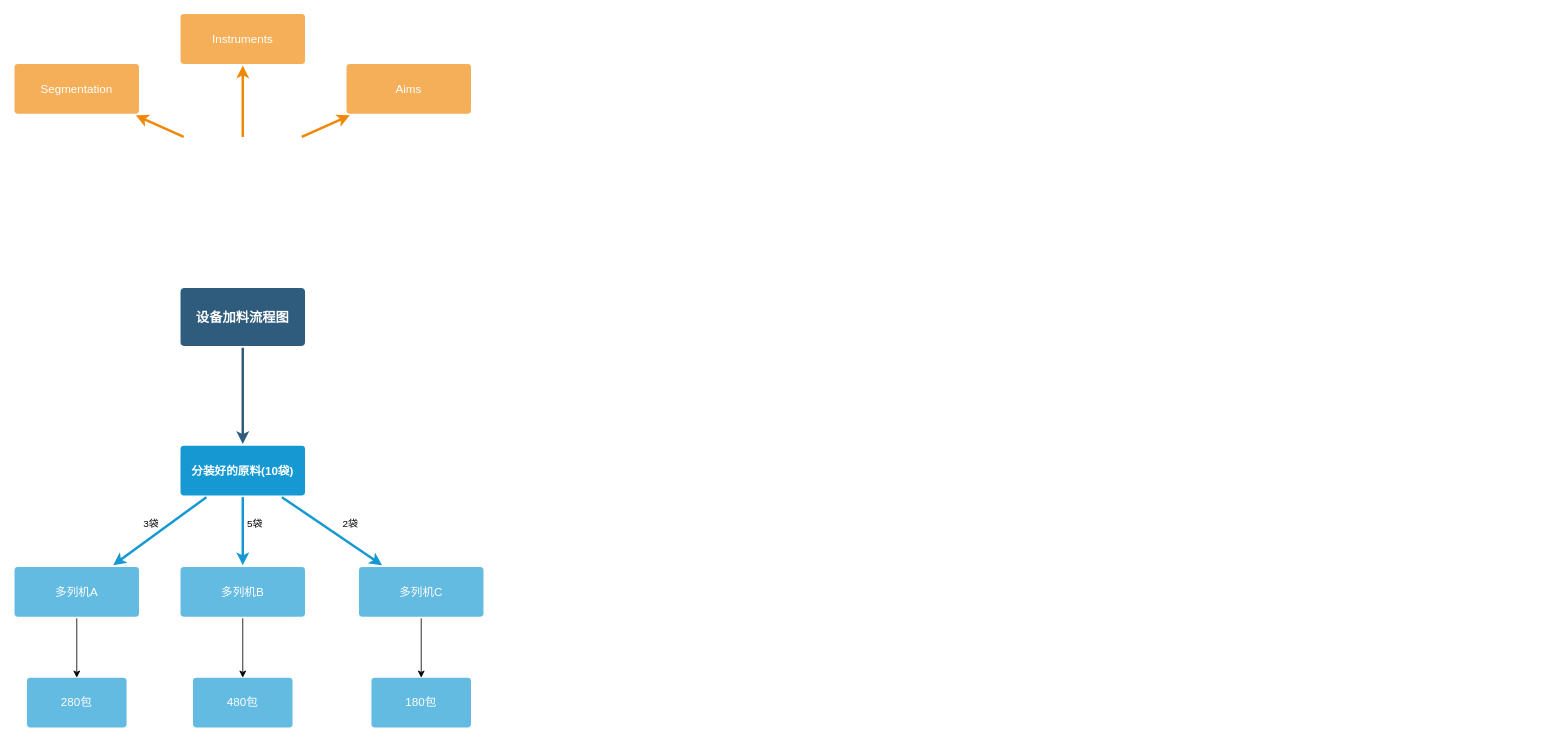
The draw.io diagram data/未命名绘图.drawio in chenyanxi/hosts, before the edit. Source tidied: cells renumbered, new cells numbered last; positions are measured from the earlier drawing's top-left corner, leaving out a move shared by most shapes. Both pictures are drawn from the tidied source at 83%, with x=0, y=0 at pixel (14, 13).
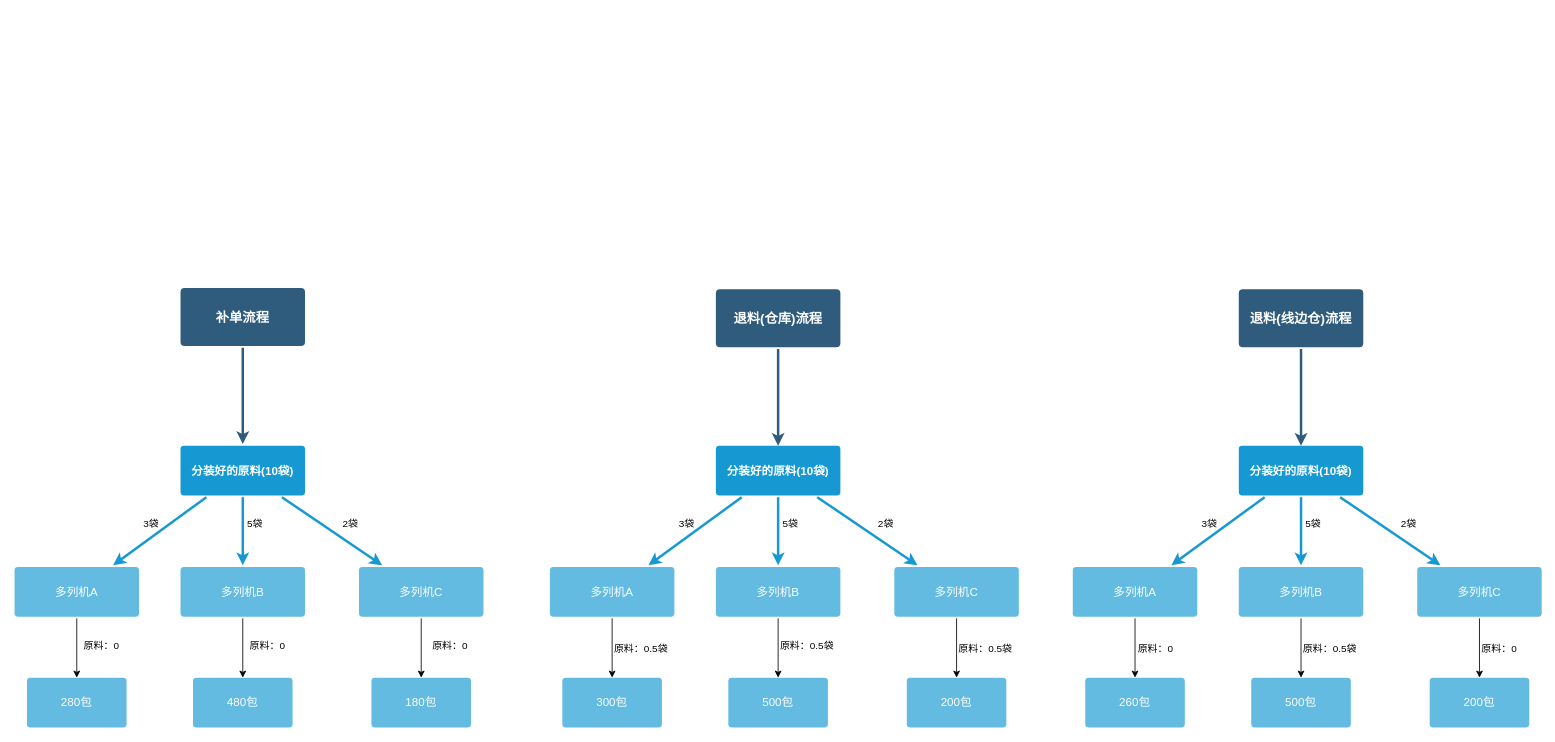
The same page after the edit.

Commit message (it also covers changes not shown here):
更新未命名绘图.drawio

What changed in the source:
```diff
@@
-    <mxCell id="3" value="设备加料流程图" style="rounded=1;whiteSpace=wrap;html=1;shadow=0;labelBackgroundColor=none;strokeColor=none;strokeWidth=3;fillColor=#2F5B7C;fontFamily=Helvetica;fontSize=16;fontColor=#FFFFFF;align=center;fontStyle=1;spacing=5;arcSize=7;perimeterSpacing=2;" parent="1" vertex="1">
+    <mxCell id="3" value="补单流程" style="rounded=1;whiteSpace=wrap;html=1;shadow=0;labelBackgroundColor=none;strokeColor=none;strokeWidth=3;fillColor=#2F5B7C;fontFamily=Helvetica;fontSize=16;fontColor=#FFFFFF;align=center;fontStyle=1;spacing=5;arcSize=7;perimeterSpacing=2;" parent="1" vertex="1">
       <mxGeometry x="200" y="330.5" width="150" height="70" as="geometry" />
     </mxCell>
@@
-    <mxCell id="14" value="Aims&lt;br&gt;" style="rounded=1;whiteSpace=wrap;html=1;shadow=0;labelBackgroundColor=none;strokeColor=none;strokeWidth=3;fillColor=#f5af58;fontFamily=Helvetica;fontSize=14;fontColor=#FFFFFF;align=center;spacing=5;arcSize=7;perimeterSpacing=2;" parent="1" vertex="1">
-      <mxGeometry x="400" y="60.5" width="150" height="60" as="geometry" />
-    </mxCell>
-    <mxCell id="15" style="edgeStyle=none;rounded=0;jumpStyle=none;html=1;shadow=0;labelBackgroundColor=none;startArrow=none;startFill=0;endArrow=classic;endFill=1;jettySize=auto;strokeColor=#F08705;strokeWidth=3;fontFamily=Helvetica;fontSize=14;fontColor=#FFFFFF;spacing=5;" parent="1" edge="1" target="14">
-      <mxGeometry relative="1" as="geometry">
-        <mxPoint x="346.1" y="148.5" as="sourcePoint" />
-      </mxGeometry>
-    </mxCell>
-    <mxCell id="16" value="Instruments" style="rounded=1;whiteSpace=wrap;html=1;shadow=0;labelBackgroundColor=none;strokeColor=none;strokeWidth=3;fillColor=#f5af58;fontFamily=Helvetica;fontSize=14;fontColor=#FFFFFF;align=center;spacing=5;arcSize=7;perimeterSpacing=2;" parent="1" vertex="1">
-      <mxGeometry x="200" y="0.5" width="150" height="60" as="geometry" />
-    </mxCell>
-    <mxCell id="17" style="edgeStyle=none;rounded=0;jumpStyle=none;html=1;shadow=0;labelBackgroundColor=none;startArrow=none;startFill=0;endArrow=classic;endFill=1;jettySize=auto;strokeColor=#F08705;strokeWidth=3;fontFamily=Helvetica;fontSize=14;fontColor=#FFFFFF;spacing=5;" parent="1" edge="1" target="16">
-      <mxGeometry relative="1" as="geometry">
-        <mxPoint x="275" y="148.5" as="sourcePoint" />
-      </mxGeometry>
-    </mxCell>
-    <mxCell id="18" value="Segmentation" style="rounded=1;whiteSpace=wrap;html=1;shadow=0;labelBackgroundColor=none;strokeColor=none;strokeWidth=3;fillColor=#f5af58;fontFamily=Helvetica;fontSize=14;fontColor=#FFFFFF;align=center;spacing=5;arcSize=7;perimeterSpacing=2;" parent="1" vertex="1">
-      <mxGeometry y="60.5" width="150" height="60" as="geometry" />
-    </mxCell>
-    <mxCell id="19" style="edgeStyle=none;rounded=0;jumpStyle=none;html=1;shadow=0;labelBackgroundColor=none;startArrow=none;startFill=0;endArrow=classic;endFill=1;jettySize=auto;strokeColor=#F08705;strokeWidth=3;fontFamily=Helvetica;fontSize=14;fontColor=#FFFFFF;spacing=5;" parent="1" edge="1" target="18">
-      <mxGeometry relative="1" as="geometry">
-        <mxPoint x="203.9" y="148.5" as="sourcePoint" />
-      </mxGeometry>
-    </mxCell>
@@
+    <mxCell id="26" style="edgeStyle=none;rounded=0;jumpStyle=none;html=1;shadow=0;labelBackgroundColor=none;startArrow=none;startFill=0;endArrow=classic;endFill=1;jettySize=auto;strokeColor=#1699D3;strokeWidth=3;fontFamily=Helvetica;fontSize=14;fontColor=#FFFFFF;spacing=5;" parent="1" edge="1" source="29" target="35">
+      <mxGeometry relative="1" as="geometry" />
+    </mxCell>
+    <mxCell id="27" style="edgeStyle=none;rounded=0;jumpStyle=none;html=1;shadow=0;labelBackgroundColor=none;startArrow=none;startFill=0;endArrow=classic;endFill=1;jettySize=auto;strokeColor=#1699D3;strokeWidth=3;fontFamily=Helvetica;fontSize=14;fontColor=#FFFFFF;spacing=5;" parent="1" edge="1" source="29" target="33">
+      <mxGeometry relative="1" as="geometry" />
+    </mxCell>
+    <mxCell id="28" style="edgeStyle=none;rounded=0;jumpStyle=none;html=1;shadow=0;labelBackgroundColor=none;startArrow=none;startFill=0;endArrow=classic;endFill=1;jettySize=auto;strokeColor=#1699D3;strokeWidth=3;fontFamily=Helvetica;fontSize=14;fontColor=#FFFFFF;spacing=5;" parent="1" edge="1" source="29" target="31">
+      <mxGeometry relative="1" as="geometry" />
+    </mxCell>
+    <mxCell id="29" value="分装好的原料(10袋)" style="rounded=1;whiteSpace=wrap;html=1;shadow=0;labelBackgroundColor=none;strokeColor=none;strokeWidth=3;fillColor=#1699d3;fontFamily=Helvetica;fontSize=14;fontColor=#FFFFFF;align=center;spacing=5;fontStyle=1;arcSize=7;perimeterSpacing=2;" parent="1" vertex="1">
+      <mxGeometry x="845" y="520.5" width="150" height="60" as="geometry" />
+    </mxCell>
+    <mxCell id="30" style="edgeStyle=orthogonalEdgeStyle;rounded=0;jettySize=auto;html=1;" parent="1" edge="1" source="31" target="41">
+      <mxGeometry relative="1" as="geometry" />
+    </mxCell>
+    <mxCell id="31" value="多列机C" style="rounded=1;whiteSpace=wrap;html=1;shadow=0;labelBackgroundColor=none;strokeColor=none;strokeWidth=3;fillColor=#64bbe2;fontFamily=Helvetica;fontSize=14;fontColor=#FFFFFF;align=center;spacing=5;arcSize=7;perimeterSpacing=2;" parent="1" vertex="1">
+      <mxGeometry x="1060" y="666.5" width="150" height="60" as="geometry" />
+    </mxCell>
+    <mxCell id="32" style="edgeStyle=orthogonalEdgeStyle;rounded=0;jettySize=auto;html=1;" parent="1" edge="1" source="33" target="40">
+      <mxGeometry relative="1" as="geometry" />
+    </mxCell>
+    <mxCell id="33" value="多列机B" style="rounded=1;whiteSpace=wrap;html=1;shadow=0;labelBackgroundColor=none;strokeColor=none;strokeWidth=3;fillColor=#64bbe2;fontFamily=Helvetica;fontSize=14;fontColor=#FFFFFF;align=center;spacing=5;arcSize=7;perimeterSpacing=2;" parent="1" vertex="1">
+      <mxGeometry x="845" y="666.5" width="150" height="60" as="geometry" />
+    </mxCell>
+    <mxCell id="34" style="edgeStyle=orthogonalEdgeStyle;rounded=0;jettySize=auto;html=1;" parent="1" edge="1" source="35" target="39">
+      <mxGeometry relative="1" as="geometry" />
+    </mxCell>
+    <mxCell id="35" value="多列机A" style="rounded=1;whiteSpace=wrap;html=1;shadow=0;labelBackgroundColor=none;strokeColor=none;strokeWidth=3;fillColor=#64bbe2;fontFamily=Helvetica;fontSize=14;fontColor=#FFFFFF;align=center;spacing=5;arcSize=7;perimeterSpacing=2;" parent="1" vertex="1">
+      <mxGeometry x="645" y="666.5" width="150" height="60" as="geometry" />
+    </mxCell>
+    <mxCell id="36" value="3袋" style="text;html=1;strokeColor=none;fillColor=none;align=center;verticalAlign=middle;whiteSpace=wrap;rounded=0;" parent="1" vertex="1">
+      <mxGeometry x="780" y="600" width="60" height="30" as="geometry" />
+    </mxCell>
+    <mxCell id="37" value="5袋" style="text;html=1;strokeColor=none;fillColor=none;align=center;verticalAlign=middle;whiteSpace=wrap;rounded=0;" parent="1" vertex="1">
+      <mxGeometry x="905" y="600" width="60" height="30" as="geometry" />
+    </mxCell>
+    <mxCell id="38" value="2袋" style="text;html=1;strokeColor=none;fillColor=none;align=center;verticalAlign=middle;whiteSpace=wrap;rounded=0;" parent="1" vertex="1">
+      <mxGeometry x="1020" y="600" width="60" height="30" as="geometry" />
+    </mxCell>
+    <mxCell id="39" value="300包" style="whiteSpace=wrap;html=1;fontSize=14;fillColor=#64bbe2;strokeColor=none;fontColor=#FFFFFF;rounded=1;shadow=0;labelBackgroundColor=none;strokeWidth=3;spacing=5;arcSize=7;" parent="1" vertex="1">
+      <mxGeometry x="660" y="800" width="120" height="60" as="geometry" />
+    </mxCell>
+    <mxCell id="40" value="500包" style="whiteSpace=wrap;html=1;fontSize=14;fillColor=#64bbe2;strokeColor=none;fontColor=#FFFFFF;rounded=1;shadow=0;labelBackgroundColor=none;strokeWidth=3;spacing=5;arcSize=7;" parent="1" vertex="1">
+      <mxGeometry x="860" y="800" width="120" height="60" as="geometry" />
+    </mxCell>
+    <mxCell id="41" value="200包" style="whiteSpace=wrap;html=1;fontSize=14;fillColor=#64bbe2;strokeColor=none;fontColor=#FFFFFF;rounded=1;shadow=0;labelBackgroundColor=none;strokeWidth=3;spacing=5;arcSize=7;" parent="1" vertex="1">
+      <mxGeometry x="1075" y="800" width="120" height="60" as="geometry" />
+    </mxCell>
+    <mxCell id="42" style="edgeStyle=none;rounded=0;jumpStyle=none;html=1;shadow=0;labelBackgroundColor=none;startArrow=none;startFill=0;endArrow=classic;endFill=1;jettySize=auto;strokeColor=#1699D3;strokeWidth=3;fontFamily=Helvetica;fontSize=14;fontColor=#FFFFFF;spacing=5;" parent="1" edge="1" source="45" target="51">
+      <mxGeometry relative="1" as="geometry" />
+    </mxCell>
+    <mxCell id="43" style="edgeStyle=none;rounded=0;jumpStyle=none;html=1;shadow=0;labelBackgroundColor=none;startArrow=none;startFill=0;endArrow=classic;endFill=1;jettySize=auto;strokeColor=#1699D3;strokeWidth=3;fontFamily=Helvetica;fontSize=14;fontColor=#FFFFFF;spacing=5;" parent="1" edge="1" source="45" target="49">
+      <mxGeometry relative="1" as="geometry" />
+    </mxCell>
+    <mxCell id="44" style="edgeStyle=none;rounded=0;jumpStyle=none;html=1;shadow=0;labelBackgroundColor=none;startArrow=none;startFill=0;endArrow=classic;endFill=1;jettySize=auto;strokeColor=#1699D3;strokeWidth=3;fontFamily=Helvetica;fontSize=14;fontColor=#FFFFFF;spacing=5;" parent="1" edge="1" source="45" target="47">
+      <mxGeometry relative="1" as="geometry" />
+    </mxCell>
+    <mxCell id="45" value="分装好的原料(10袋)" style="rounded=1;whiteSpace=wrap;html=1;shadow=0;labelBackgroundColor=none;strokeColor=none;strokeWidth=3;fillColor=#1699d3;fontFamily=Helvetica;fontSize=14;fontColor=#FFFFFF;align=center;spacing=5;fontStyle=1;arcSize=7;perimeterSpacing=2;" parent="1" vertex="1">
+      <mxGeometry x="1475" y="520.5" width="150" height="60" as="geometry" />
+    </mxCell>
+    <mxCell id="46" style="edgeStyle=orthogonalEdgeStyle;rounded=0;jettySize=auto;html=1;" parent="1" edge="1" source="47" target="57">
+      <mxGeometry relative="1" as="geometry" />
+    </mxCell>
+    <mxCell id="47" value="多列机C" style="rounded=1;whiteSpace=wrap;html=1;shadow=0;labelBackgroundColor=none;strokeColor=none;strokeWidth=3;fillColor=#64bbe2;fontFamily=Helvetica;fontSize=14;fontColor=#FFFFFF;align=center;spacing=5;arcSize=7;perimeterSpacing=2;" parent="1" vertex="1">
+      <mxGeometry x="1690" y="666.5" width="150" height="60" as="geometry" />
+    </mxCell>
+    <mxCell id="48" style="edgeStyle=orthogonalEdgeStyle;rounded=0;jettySize=auto;html=1;" parent="1" edge="1" source="49" target="56">
+      <mxGeometry relative="1" as="geometry" />
+    </mxCell>
+    <mxCell id="49" value="多列机B" style="rounded=1;whiteSpace=wrap;html=1;shadow=0;labelBackgroundColor=none;strokeColor=none;strokeWidth=3;fillColor=#64bbe2;fontFamily=Helvetica;fontSize=14;fontColor=#FFFFFF;align=center;spacing=5;arcSize=7;perimeterSpacing=2;" parent="1" vertex="1">
+      <mxGeometry x="1475" y="666.5" width="150" height="60" as="geometry" />
+    </mxCell>
+    <mxCell id="50" style="edgeStyle=orthogonalEdgeStyle;rounded=0;jettySize=auto;html=1;" parent="1" edge="1" source="51" target="55">
+      <mxGeometry relative="1" as="geometry" />
+    </mxCell>
+    <mxCell id="51" value="多列机A" style="rounded=1;whiteSpace=wrap;html=1;shadow=0;labelBackgroundColor=none;strokeColor=none;strokeWidth=3;fillColor=#64bbe2;fontFamily=Helvetica;fontSize=14;fontColor=#FFFFFF;align=center;spacing=5;arcSize=7;perimeterSpacing=2;" parent="1" vertex="1">
+      <mxGeometry x="1275" y="666.5" width="150" height="60" as="geometry" />
+    </mxCell>
+    <mxCell id="52" value="3袋" style="text;html=1;strokeColor=none;fillColor=none;align=center;verticalAlign=middle;whiteSpace=wrap;rounded=0;" parent="1" vertex="1">
+      <mxGeometry x="1410" y="600" width="60" height="30" as="geometry" />
+    </mxCell>
+    <mxCell id="53" value="5袋" style="text;html=1;strokeColor=none;fillColor=none;align=center;verticalAlign=middle;whiteSpace=wrap;rounded=0;" parent="1" vertex="1">
+      <mxGeometry x="1535" y="600" width="60" height="30" as="geometry" />
+    </mxCell>
+    <mxCell id="54" value="2袋" style="text;html=1;strokeColor=none;fillColor=none;align=center;verticalAlign=middle;whiteSpace=wrap;rounded=0;" parent="1" vertex="1">
+      <mxGeometry x="1650" y="600" width="60" height="30" as="geometry" />
+    </mxCell>
+    <mxCell id="55" value="260包" style="whiteSpace=wrap;html=1;fontSize=14;fillColor=#64bbe2;strokeColor=none;fontColor=#FFFFFF;rounded=1;shadow=0;labelBackgroundColor=none;strokeWidth=3;spacing=5;arcSize=7;" parent="1" vertex="1">
+      <mxGeometry x="1290" y="800" width="120" height="60" as="geometry" />
+    </mxCell>
+    <mxCell id="56" value="500包" style="whiteSpace=wrap;html=1;fontSize=14;fillColor=#64bbe2;strokeColor=none;fontColor=#FFFFFF;rounded=1;shadow=0;labelBackgroundColor=none;strokeWidth=3;spacing=5;arcSize=7;" parent="1" vertex="1">
+      <mxGeometry x="1490" y="800" width="120" height="60" as="geometry" />
+    </mxCell>
+    <mxCell id="57" value="200包" style="whiteSpace=wrap;html=1;fontSize=14;fillColor=#64bbe2;strokeColor=none;fontColor=#FFFFFF;rounded=1;shadow=0;labelBackgroundColor=none;strokeWidth=3;spacing=5;arcSize=7;" parent="1" vertex="1">
+      <mxGeometry x="1705" y="800" width="120" height="60" as="geometry" />
+    </mxCell>
+    <mxCell id="58" value="原料：0" style="text;html=1;strokeColor=none;fillColor=none;align=center;verticalAlign=middle;whiteSpace=wrap;rounded=0;" parent="1" vertex="1">
+      <mxGeometry x="75" y="747" width="60" height="30" as="geometry" />
+    </mxCell>
+    <mxCell id="59" value="原料：0" style="text;html=1;strokeColor=none;fillColor=none;align=center;verticalAlign=middle;whiteSpace=wrap;rounded=0;" parent="1" vertex="1">
+      <mxGeometry x="275" y="747" width="60" height="30" as="geometry" />
+    </mxCell>
+    <mxCell id="60" value="原料：0" style="text;html=1;strokeColor=none;fillColor=none;align=center;verticalAlign=middle;whiteSpace=wrap;rounded=0;" parent="1" vertex="1">
+      <mxGeometry x="495" y="747" width="60" height="30" as="geometry" />
+    </mxCell>
+    <mxCell id="61" value="原料：0.5袋" style="text;html=1;strokeColor=none;fillColor=none;align=center;verticalAlign=middle;whiteSpace=wrap;rounded=0;" parent="1" vertex="1">
+      <mxGeometry x="715" y="750" width="80" height="30" as="geometry" />
+    </mxCell>
+    <mxCell id="62" value="原料：0.5袋" style="text;html=1;strokeColor=none;fillColor=none;align=center;verticalAlign=middle;whiteSpace=wrap;rounded=0;" parent="1" vertex="1">
+      <mxGeometry x="915" y="747" width="80" height="30" as="geometry" />
+    </mxCell>
+    <mxCell id="63" value="原料：0.5袋" style="text;html=1;strokeColor=none;fillColor=none;align=center;verticalAlign=middle;whiteSpace=wrap;rounded=0;" parent="1" vertex="1">
+      <mxGeometry x="1130" y="750" width="80" height="30" as="geometry" />
+    </mxCell>
+    <mxCell id="64" value="原料：0.5袋" style="text;html=1;strokeColor=none;fillColor=none;align=center;verticalAlign=middle;whiteSpace=wrap;rounded=0;" parent="1" vertex="1">
+      <mxGeometry x="1545" y="750" width="80" height="30" as="geometry" />
+    </mxCell>
+    <mxCell id="65" value="原料：0" style="text;html=1;strokeColor=none;fillColor=none;align=center;verticalAlign=middle;whiteSpace=wrap;rounded=0;" parent="1" vertex="1">
+      <mxGeometry x="1749" y="750" width="80" height="30" as="geometry" />
+    </mxCell>
+    <mxCell id="66" value="原料：0" style="text;html=1;strokeColor=none;fillColor=none;align=center;verticalAlign=middle;whiteSpace=wrap;rounded=0;" parent="1" vertex="1">
+      <mxGeometry x="1335" y="750" width="80" height="30" as="geometry" />
+    </mxCell>
+    <mxCell id="67" style="edgeStyle=none;rounded=0;jumpStyle=none;html=1;shadow=0;labelBackgroundColor=none;startArrow=none;startFill=0;endArrow=classic;endFill=1;jettySize=auto;strokeColor=#2F5B7C;strokeWidth=3;fontFamily=Helvetica;fontSize=16;fontColor=#23445D;spacing=5;" parent="1" edge="1" source="68">
+      <mxGeometry relative="1" as="geometry">
+        <mxPoint x="920" y="520.5" as="targetPoint" />
+      </mxGeometry>
+    </mxCell>
+    <mxCell id="68" value="退料(仓库)流程" style="rounded=1;whiteSpace=wrap;html=1;shadow=0;labelBackgroundColor=none;strokeColor=none;strokeWidth=3;fillColor=#2F5B7C;fontFamily=Helvetica;fontSize=16;fontColor=#FFFFFF;align=center;fontStyle=1;spacing=5;arcSize=7;perimeterSpacing=2;" parent="1" vertex="1">
+      <mxGeometry x="845" y="332" width="150" height="70" as="geometry" />
+    </mxCell>
+    <mxCell id="69" style="edgeStyle=none;rounded=0;jumpStyle=none;html=1;shadow=0;labelBackgroundColor=none;startArrow=none;startFill=0;endArrow=classic;endFill=1;jettySize=auto;strokeColor=#2F5B7C;strokeWidth=3;fontFamily=Helvetica;fontSize=16;fontColor=#23445D;spacing=5;" parent="1" edge="1" source="70">
+      <mxGeometry relative="1" as="geometry">
+        <mxPoint x="1550" y="520.5" as="targetPoint" />
+      </mxGeometry>
+    </mxCell>
+    <mxCell id="70" value="退料(线边仓)流程" style="rounded=1;whiteSpace=wrap;html=1;shadow=0;labelBackgroundColor=none;strokeColor=none;strokeWidth=3;fillColor=#2F5B7C;fontFamily=Helvetica;fontSize=16;fontColor=#FFFFFF;align=center;fontStyle=1;spacing=5;arcSize=7;perimeterSpacing=2;" parent="1" vertex="1">
+      <mxGeometry x="1475" y="332" width="150" height="70" as="geometry" />
+    </mxCell>
```
